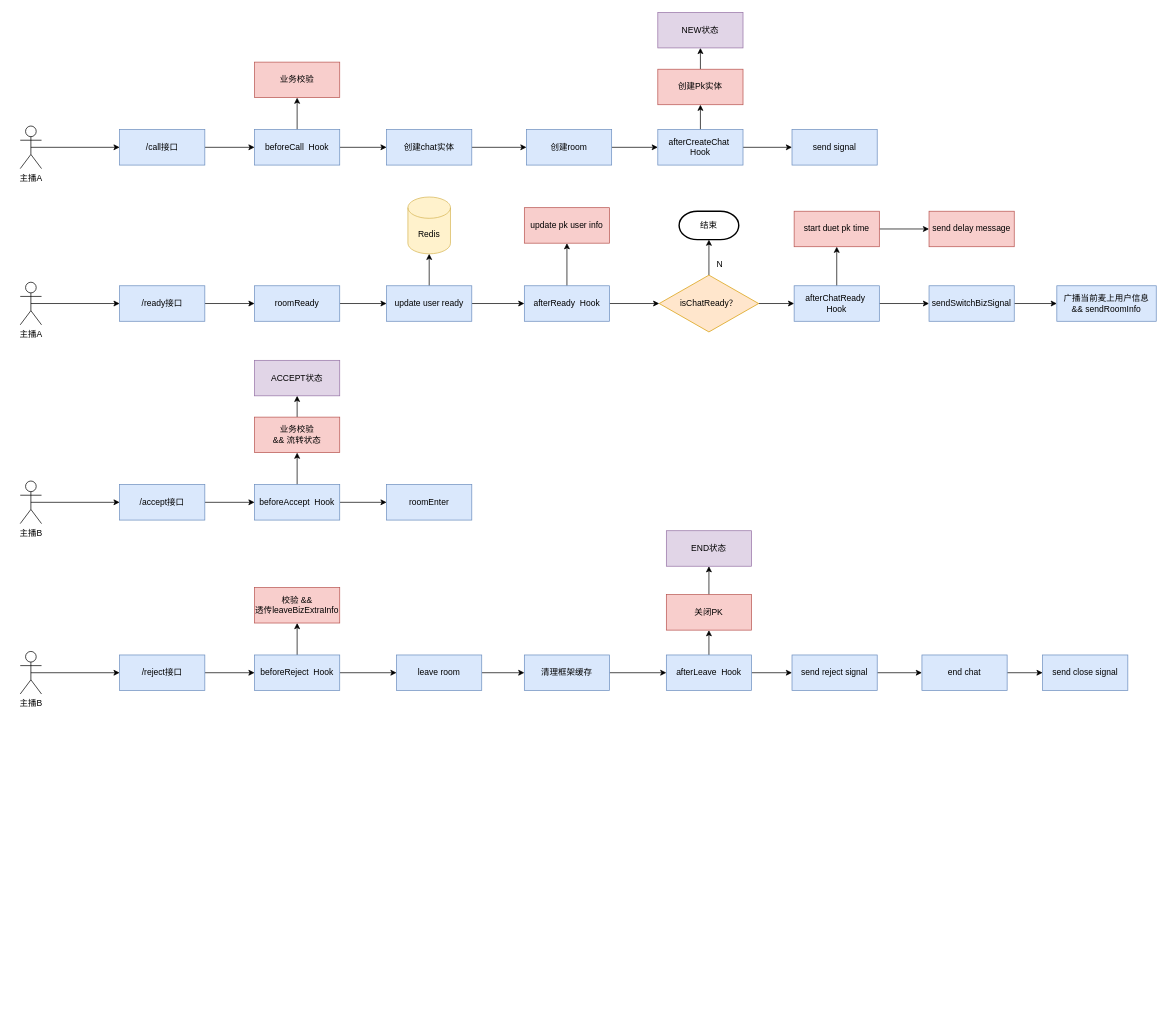
Earlier version of the draw.io diagram PK.drawio (fengyn1218/draw-pic). Source tidied: cells renumbered, new cells numbered last; positions are measured from the earlier drawing's top-left corner, leaving out a move shared by most shapes. Both pictures are drawn from the tidied source at 71%, with x=0, y=0 at pixel (20, 12).
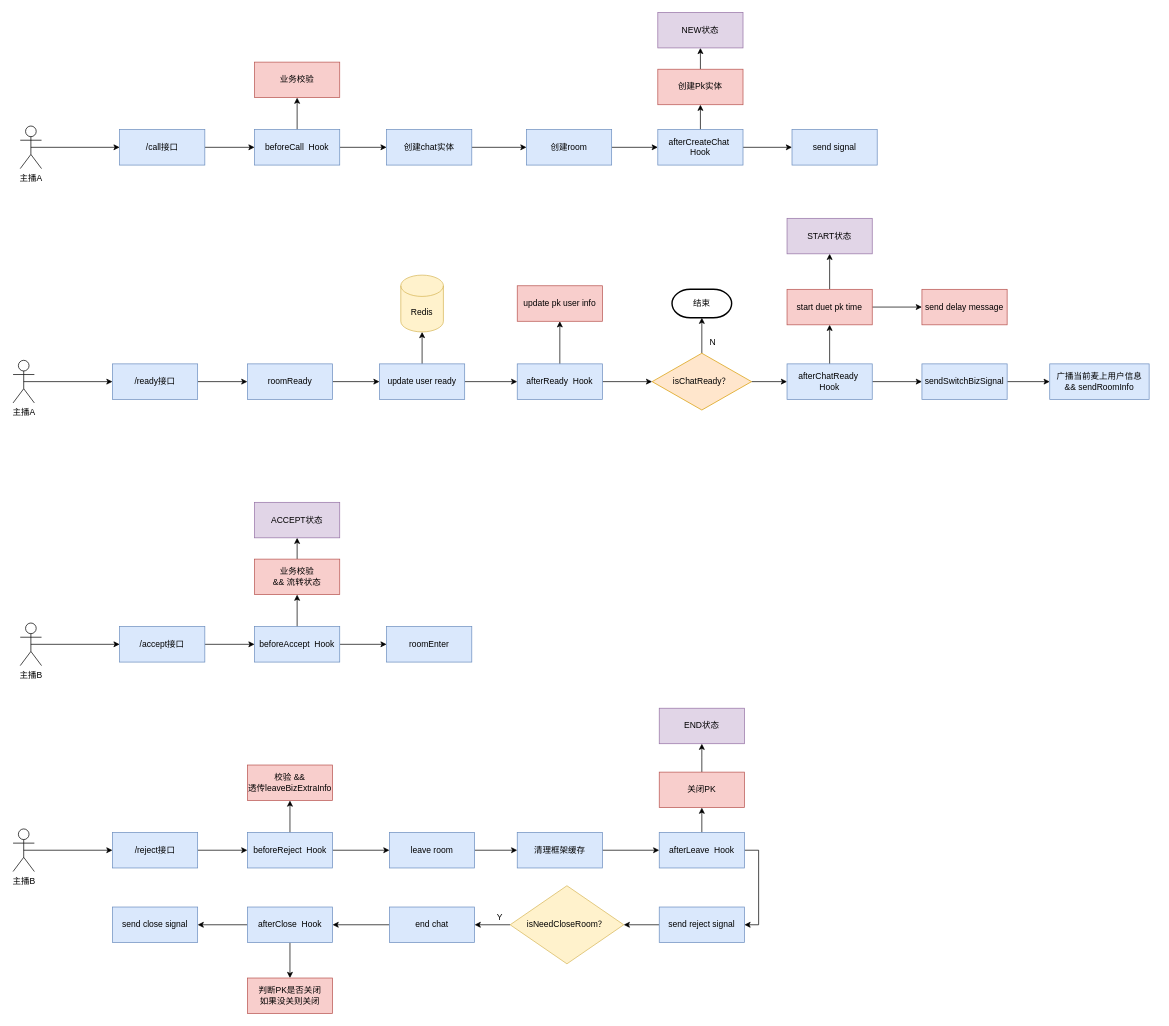
Above is the later version.

The edit, as a diff of the source:
```diff
@@
     <mxCell id="5" value="主播B" style="shape=umlActor;verticalLabelPosition=bottom;verticalAlign=top;html=1;outlineConnect=0;" parent="1" vertex="1">
-      <mxGeometry y="660" width="30" height="60" as="geometry" />
+      <mxGeometry y="860" width="30" height="60" as="geometry" />
     </mxCell>
@@
     <mxCell id="24" value="/accept接口" style="rounded=0;whiteSpace=wrap;html=1;fillColor=#dae8fc;strokeColor=#6c8ebf;" parent="1" vertex="1">
-      <mxGeometry x="140" y="665" width="120" height="50" as="geometry" />
+      <mxGeometry x="140" y="865" width="120" height="50" as="geometry" />
     </mxCell>
@@
     <mxCell id="26" value="主播A" style="shape=umlActor;verticalLabelPosition=bottom;verticalAlign=top;html=1;outlineConnect=0;" parent="1" vertex="1">
-      <mxGeometry y="380" width="30" height="60" as="geometry" />
+      <mxGeometry x="-10.1" y="490" width="30" height="60" as="geometry" />
     </mxCell>
@@
     <mxCell id="28" value="/ready接口" style="rounded=0;whiteSpace=wrap;html=1;fillColor=#dae8fc;strokeColor=#6c8ebf;" parent="1" vertex="1">
-      <mxGeometry x="140" y="385" width="120" height="50" as="geometry" />
+      <mxGeometry x="129.9" y="495" width="120" height="50" as="geometry" />
     </mxCell>
@@
     <mxCell id="30" value="roomReady" style="rounded=0;whiteSpace=wrap;html=1;fillColor=#dae8fc;strokeColor=#6c8ebf;" parent="1" vertex="1">
-      <mxGeometry x="330" y="385" width="120" height="50" as="geometry" />
+      <mxGeometry x="319.9" y="495" width="120" height="50" as="geometry" />
     </mxCell>
@@
     <mxCell id="33" value="update user ready" style="rounded=0;whiteSpace=wrap;html=1;fillColor=#dae8fc;strokeColor=#6c8ebf;" parent="1" vertex="1">
-      <mxGeometry x="516" y="385" width="120" height="50" as="geometry" />
+      <mxGeometry x="506" y="495" width="120" height="50" as="geometry" />
     </mxCell>
     <mxCell id="34" value="Redis" style="shape=cylinder3;whiteSpace=wrap;html=1;boundedLbl=1;backgroundOutline=1;size=15;fillColor=#fff2cc;strokeColor=#d6b656;" parent="1" vertex="1">
-      <mxGeometry x="546" y="260" width="60" height="80" as="geometry" />
+      <mxGeometry x="536" y="370" width="60" height="80" as="geometry" />
     </mxCell>
@@
     <mxCell id="37" value="afterReady&amp;nbsp; Hook" style="rounded=0;whiteSpace=wrap;html=1;fillColor=#dae8fc;strokeColor=#6c8ebf;" parent="1" vertex="1">
-      <mxGeometry x="710" y="385" width="120" height="50" as="geometry" />
+      <mxGeometry x="700" y="495" width="120" height="50" as="geometry" />
     </mxCell>
     <mxCell id="38" value="update pk user info" style="rounded=0;whiteSpace=wrap;html=1;fillColor=#f8cecc;strokeColor=#b85450;" parent="1" vertex="1">
-      <mxGeometry x="710" y="275" width="120" height="50" as="geometry" />
+      <mxGeometry x="700" y="385" width="120" height="50" as="geometry" />
     </mxCell>
@@
     <mxCell id="41" value="isChatReady？" style="rhombus;whiteSpace=wrap;html=1;fillColor=#ffe6cc;strokeColor=#d79b00;" parent="1" vertex="1">
-      <mxGeometry x="900" y="370" width="140" height="80" as="geometry" />
+      <mxGeometry x="890" y="480" width="140" height="80" as="geometry" />
     </mxCell>
     <mxCell id="42" value="结束" style="strokeWidth=2;html=1;shape=mxgraph.flowchart.terminator;whiteSpace=wrap;" parent="1" vertex="1">
-      <mxGeometry x="928" y="280" width="84" height="40" as="geometry" />
+      <mxGeometry x="918" y="390" width="84" height="40" as="geometry" />
     </mxCell>
     <mxCell id="43" value="N" style="text;html=1;align=center;verticalAlign=middle;strokeColor=none;fillColor=none;" parent="1" vertex="1">
-      <mxGeometry x="970" y="340" width="30" height="30" as="geometry" />
+      <mxGeometry x="960" y="450" width="30" height="30" as="geometry" />
     </mxCell>
@@
     <mxCell id="46" value="afterChatReady&amp;nbsp; Hook" style="rounded=0;whiteSpace=wrap;html=1;fillColor=#dae8fc;strokeColor=#6c8ebf;" parent="1" vertex="1">
-      <mxGeometry x="1090" y="385" width="120" height="50" as="geometry" />
+      <mxGeometry x="1080" y="495" width="120" height="50" as="geometry" />
     </mxCell>
@@
+    <mxCell id="83" style="edgeStyle=orthogonalEdgeStyle;rounded=0;jettySize=auto;html=1;exitX=0.5;exitY=0;exitDx=0;exitDy=0;entryX=0.5;entryY=1;entryDx=0;entryDy=0;" parent="1" edge="1" source="48" target="93">
+      <mxGeometry relative="1" as="geometry" />
+    </mxCell>
     <mxCell id="48" value="start duet pk time" style="rounded=0;whiteSpace=wrap;html=1;fillColor=#f8cecc;strokeColor=#b85450;" parent="1" vertex="1">
-      <mxGeometry x="1090" y="280" width="120" height="50" as="geometry" />
+      <mxGeometry x="1080" y="390" width="120" height="50" as="geometry" />
     </mxCell>
     <mxCell id="49" value="send delay message" style="rounded=0;whiteSpace=wrap;html=1;fillColor=#f8cecc;strokeColor=#b85450;" parent="1" vertex="1">
-      <mxGeometry x="1280" y="280" width="120" height="50" as="geometry" />
+      <mxGeometry x="1270" y="390" width="120" height="50" as="geometry" />
     </mxCell>
@@
     <mxCell id="51" value="sendSwitchBizSignal" style="rounded=0;whiteSpace=wrap;html=1;fillColor=#dae8fc;strokeColor=#6c8ebf;" parent="1" vertex="1">
-      <mxGeometry x="1280" y="385" width="120" height="50" as="geometry" />
+      <mxGeometry x="1270" y="495" width="120" height="50" as="geometry" />
     </mxCell>
     <mxCell id="52" value="广播当前麦上用户信息&lt;br&gt;&amp;amp;&amp;amp; sendRoomInfo" style="rounded=0;whiteSpace=wrap;html=1;fillColor=#dae8fc;strokeColor=#6c8ebf;" parent="1" vertex="1">
-      <mxGeometry x="1460" y="385" width="140" height="50" as="geometry" />
+      <mxGeometry x="1450" y="495" width="140" height="50" as="geometry" />
     </mxCell>
@@
     <mxCell id="55" value="beforeAccept&amp;nbsp; Hook" style="rounded=0;whiteSpace=wrap;html=1;fillColor=#dae8fc;strokeColor=#6c8ebf;" parent="1" vertex="1">
-      <mxGeometry x="330" y="665" width="120" height="50" as="geometry" />
+      <mxGeometry x="330" y="865" width="120" height="50" as="geometry" />
     </mxCell>
@@
     <mxCell id="57" value="业务校验&lt;br&gt;&amp;amp;&amp;amp; 流转状态" style="rounded=0;whiteSpace=wrap;html=1;fillColor=#f8cecc;strokeColor=#b85450;" parent="1" vertex="1">
-      <mxGeometry x="330" y="570" width="120" height="50" as="geometry" />
+      <mxGeometry x="330" y="770" width="120" height="50" as="geometry" />
     </mxCell>
     <mxCell id="58" value="ACCEPT状态" style="rounded=0;whiteSpace=wrap;html=1;fillColor=#e1d5e7;strokeColor=#9673a6;" parent="1" vertex="1">
-      <mxGeometry x="330" y="490" width="120" height="50" as="geometry" />
+      <mxGeometry x="330" y="690" width="120" height="50" as="geometry" />
     </mxCell>
     <mxCell id="59" value="roomEnter" style="rounded=0;whiteSpace=wrap;html=1;fillColor=#dae8fc;strokeColor=#6c8ebf;" parent="1" vertex="1">
-      <mxGeometry x="516" y="665" width="120" height="50" as="geometry" />
+      <mxGeometry x="516" y="865" width="120" height="50" as="geometry" />
     </mxCell>
@@
     <mxCell id="61" value="主播B" style="shape=umlActor;verticalLabelPosition=bottom;verticalAlign=top;html=1;outlineConnect=0;" parent="1" vertex="1">
-      <mxGeometry y="900" width="30" height="60" as="geometry" />
+      <mxGeometry x="-10.1" y="1150" width="30" height="60" as="geometry" />
     </mxCell>
@@
     <mxCell id="63" value="/reject接口" style="rounded=0;whiteSpace=wrap;html=1;fillColor=#dae8fc;strokeColor=#6c8ebf;" parent="1" vertex="1">
-      <mxGeometry x="140" y="905" width="120" height="50" as="geometry" />
+      <mxGeometry x="129.9" y="1155" width="120" height="50" as="geometry" />
     </mxCell>
@@
     <mxCell id="66" value="beforeReject&amp;nbsp; Hook" style="rounded=0;whiteSpace=wrap;html=1;fillColor=#dae8fc;strokeColor=#6c8ebf;" parent="1" vertex="1">
-      <mxGeometry x="330" y="905" width="120" height="50" as="geometry" />
+      <mxGeometry x="319.9" y="1155" width="120" height="50" as="geometry" />
     </mxCell>
     <mxCell id="67" value="校验 &amp;amp;&amp;amp;&lt;br&gt;透传leaveBizExtraInfo" style="rounded=0;whiteSpace=wrap;html=1;fillColor=#f8cecc;strokeColor=#b85450;" parent="1" vertex="1">
-      <mxGeometry x="330" y="810" width="120" height="50" as="geometry" />
+      <mxGeometry x="319.9" y="1060" width="120" height="50" as="geometry" />
     </mxCell>
@@
     <mxCell id="69" value="leave room" style="rounded=0;whiteSpace=wrap;html=1;fillColor=#dae8fc;strokeColor=#6c8ebf;" parent="1" vertex="1">
-      <mxGeometry x="530" y="905" width="120" height="50" as="geometry" />
+      <mxGeometry x="520" y="1155" width="120" height="50" as="geometry" />
     </mxCell>
@@
     <mxCell id="71" value="清理框架缓存" style="rounded=0;whiteSpace=wrap;html=1;fillColor=#dae8fc;strokeColor=#6c8ebf;" parent="1" vertex="1">
-      <mxGeometry x="710" y="905" width="120" height="50" as="geometry" />
+      <mxGeometry x="700" y="1155" width="120" height="50" as="geometry" />
     </mxCell>
@@
-    <mxCell id="73" style="edgeStyle=orthogonalEdgeStyle;rounded=0;jettySize=auto;html=1;exitX=1;exitY=0.5;exitDx=0;exitDy=0;entryX=0;entryY=0.5;entryDx=0;entryDy=0;" parent="1" edge="1" source="74" target="79">
+    <mxCell id="73" style="edgeStyle=orthogonalEdgeStyle;rounded=0;jettySize=auto;html=1;exitX=1;exitY=0.5;exitDx=0;exitDy=0;entryX=1;entryY=0.5;entryDx=0;entryDy=0;" parent="1" edge="1" source="74" target="79">
       <mxGeometry relative="1" as="geometry" />
     </mxCell>
     <mxCell id="74" value="afterLeave&amp;nbsp; Hook" style="rounded=0;whiteSpace=wrap;html=1;fillColor=#dae8fc;strokeColor=#6c8ebf;" parent="1" vertex="1">
-      <mxGeometry x="910" y="905" width="120" height="50" as="geometry" />
+      <mxGeometry x="900" y="1155" width="120" height="50" as="geometry" />
     </mxCell>
-    <mxCell id="75" style="edgeStyle=orthogonalEdgeStyle;rounded=0;jettySize=auto;html=1;exitX=0.5;exitY=0;exitDx=0;exitDy=0;entryX=0.5;entryY=1;entryDx=0;entryDy=0;" parent="1" edge="1" source="76" target="77">
-      <mxGeometry relative="1" as="geometry" />
+    <mxCell id="75" style="edgeStyle=orthogonalEdgeStyle;rounded=0;jettySize=auto;html=1;exitX=0.5;exitY=0;exitDx=0;exitDy=0;entryX=0.5;entryY=1;entryDx=0;entryDy=0;" parent="1" edge="1" source="76">
+      <mxGeometry relative="1" as="geometry">
+        <mxPoint x="960" y="1030" as="targetPoint" />
+      </mxGeometry>
     </mxCell>
     <mxCell id="76" value="关闭PK" style="rounded=0;whiteSpace=wrap;html=1;fillColor=#f8cecc;strokeColor=#b85450;" parent="1" vertex="1">
-      <mxGeometry x="910" y="820" width="120" height="50" as="geometry" />
+      <mxGeometry x="900" y="1070" width="120" height="50" as="geometry" />
     </mxCell>
     <mxCell id="77" value="END状态" style="rounded=0;whiteSpace=wrap;html=1;fillColor=#e1d5e7;strokeColor=#9673a6;" parent="1" vertex="1">
-      <mxGeometry x="910" y="730" width="120" height="50" as="geometry" />
+      <mxGeometry x="900" y="980" width="120" height="50" as="geometry" />
     </mxCell>
-    <mxCell id="78" style="edgeStyle=orthogonalEdgeStyle;rounded=0;jettySize=auto;html=1;exitX=1;exitY=0.5;exitDx=0;exitDy=0;entryX=0;entryY=0.5;entryDx=0;entryDy=0;" parent="1" edge="1" source="79" target="81">
-      <mxGeometry relative="1" as="geometry" />
-    </mxCell>
+    <mxCell id="84" style="edgeStyle=orthogonalEdgeStyle;rounded=0;jettySize=auto;html=1;exitX=0;exitY=0.5;exitDx=0;exitDy=0;entryX=1;entryY=0.5;entryDx=0;entryDy=0;" parent="1" edge="1" source="79" target="87">
+      <mxGeometry relative="1" as="geometry" />
+    </mxCell>
     <mxCell id="79" value="send reject signal" style="rounded=0;whiteSpace=wrap;html=1;fillColor=#dae8fc;strokeColor=#6c8ebf;" parent="1" vertex="1">
-      <mxGeometry x="1087" y="905" width="120" height="50" as="geometry" />
+      <mxGeometry x="900" y="1260" width="120" height="50" as="geometry" />
     </mxCell>
-    <mxCell id="80" style="edgeStyle=orthogonalEdgeStyle;rounded=0;jettySize=auto;html=1;exitX=1;exitY=0.5;exitDx=0;exitDy=0;entryX=0;entryY=0.5;entryDx=0;entryDy=0;" parent="1" edge="1" source="81" target="82">
-      <mxGeometry relative="1" as="geometry" />
-    </mxCell>
+    <mxCell id="85" style="edgeStyle=orthogonalEdgeStyle;rounded=0;jettySize=auto;html=1;exitX=0;exitY=0.5;exitDx=0;exitDy=0;entryX=1;entryY=0.5;entryDx=0;entryDy=0;" parent="1" edge="1" source="81" target="91">
+      <mxGeometry relative="1" as="geometry" />
+    </mxCell>
     <mxCell id="81" value="end chat" style="rounded=0;whiteSpace=wrap;html=1;fillColor=#dae8fc;strokeColor=#6c8ebf;" parent="1" vertex="1">
-      <mxGeometry x="1270" y="905" width="120" height="50" as="geometry" />
+      <mxGeometry x="520" y="1260" width="120" height="50" as="geometry" />
     </mxCell>
     <mxCell id="82" value="send close signal" style="rounded=0;whiteSpace=wrap;html=1;fillColor=#dae8fc;strokeColor=#6c8ebf;" parent="1" vertex="1">
-      <mxGeometry x="1440" y="905" width="120" height="50" as="geometry" />
+      <mxGeometry x="129.9" y="1260" width="120" height="50" as="geometry" />
     </mxCell>
+    <mxCell id="86" style="edgeStyle=orthogonalEdgeStyle;rounded=0;jettySize=auto;html=1;exitX=0;exitY=0.5;exitDx=0;exitDy=0;entryX=1;entryY=0.5;entryDx=0;entryDy=0;" parent="1" edge="1" source="87" target="81">
+      <mxGeometry relative="1" as="geometry" />
+    </mxCell>
+    <mxCell id="87" value="isNeedCloseRoom？" style="rhombus;whiteSpace=wrap;html=1;fillColor=#fff2cc;strokeColor=#d6b656;" parent="1" vertex="1">
+      <mxGeometry x="690" y="1230" width="160" height="110" as="geometry" />
+    </mxCell>
+    <mxCell id="88" value="Y" style="text;html=1;align=center;verticalAlign=middle;strokeColor=none;fillColor=none;" parent="1" vertex="1">
+      <mxGeometry x="660" y="1260" width="30" height="30" as="geometry" />
+    </mxCell>
+    <mxCell id="89" style="edgeStyle=orthogonalEdgeStyle;rounded=0;jettySize=auto;html=1;exitX=0;exitY=0.5;exitDx=0;exitDy=0;entryX=1;entryY=0.5;entryDx=0;entryDy=0;" parent="1" edge="1" source="91" target="82">
+      <mxGeometry relative="1" as="geometry" />
+    </mxCell>
+    <mxCell id="90" style="edgeStyle=orthogonalEdgeStyle;rounded=0;jettySize=auto;html=1;exitX=0.5;exitY=1;exitDx=0;exitDy=0;entryX=0.5;entryY=0;entryDx=0;entryDy=0;" parent="1" edge="1" source="91" target="92">
+      <mxGeometry relative="1" as="geometry" />
+    </mxCell>
+    <mxCell id="91" value="afterClose&amp;nbsp; Hook" style="rounded=0;whiteSpace=wrap;html=1;fillColor=#dae8fc;strokeColor=#6c8ebf;" parent="1" vertex="1">
+      <mxGeometry x="319.9" y="1260" width="120" height="50" as="geometry" />
+    </mxCell>
+    <mxCell id="92" value="判断PK是否关闭&lt;br&gt;如果没关则关闭" style="rounded=0;whiteSpace=wrap;html=1;fillColor=#f8cecc;strokeColor=#b85450;" parent="1" vertex="1">
+      <mxGeometry x="319.9" y="1360" width="120" height="50" as="geometry" />
+    </mxCell>
+    <mxCell id="93" value="START状态" style="rounded=0;whiteSpace=wrap;html=1;fillColor=#e1d5e7;strokeColor=#9673a6;" parent="1" vertex="1">
+      <mxGeometry x="1080" y="290" width="120" height="50" as="geometry" />
+    </mxCell>
```
